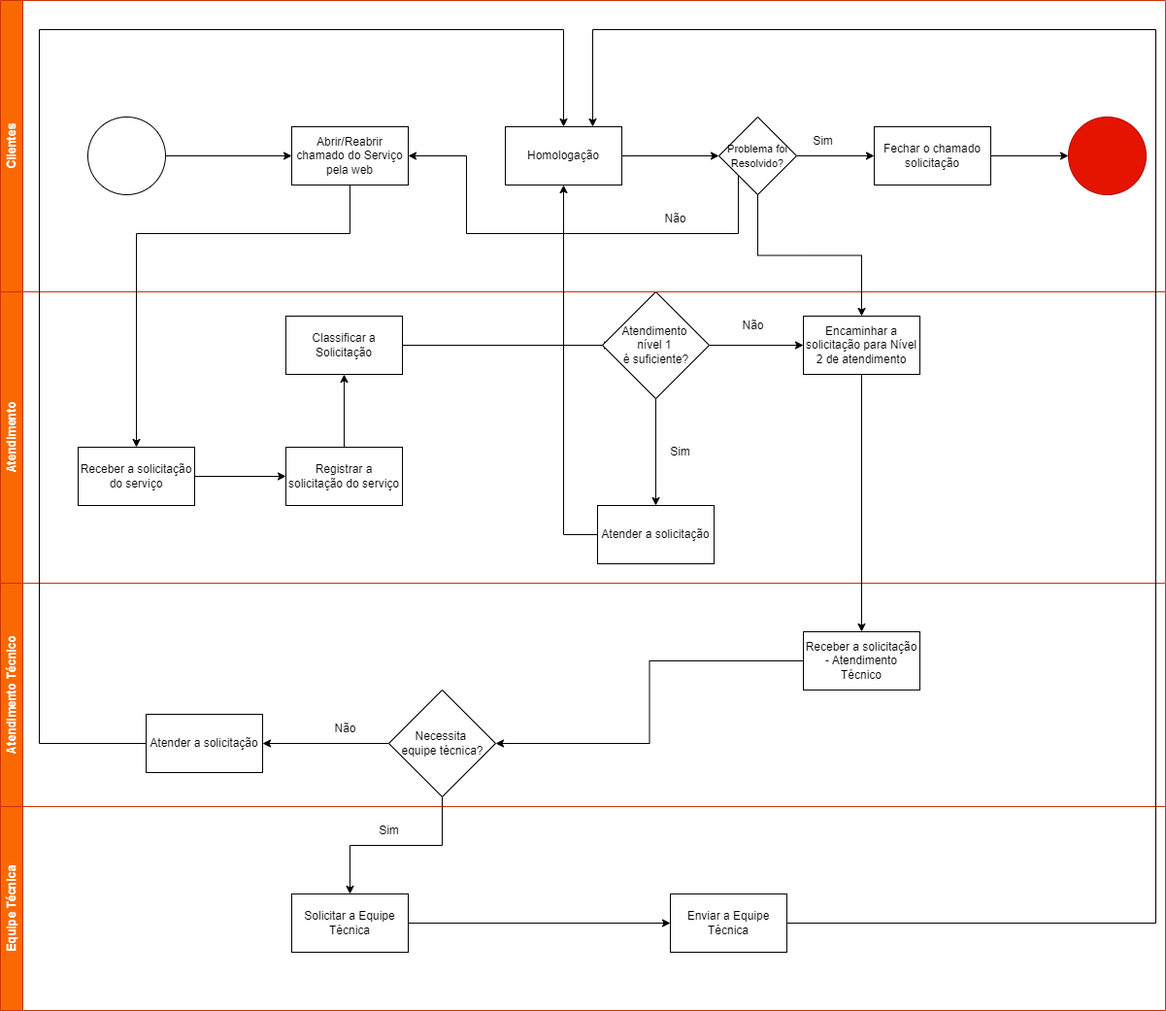
Grupo-3-SensFit/Entregaveis keeps this draw.io diagram as Fluxograma/Fluxograma Sensfit 2.png. Above is the earlier version. Source tidied: cells renumbered, new cells last; positions are measured from the earlier drawing's top-left corner, leaving out a move shared by most shapes.
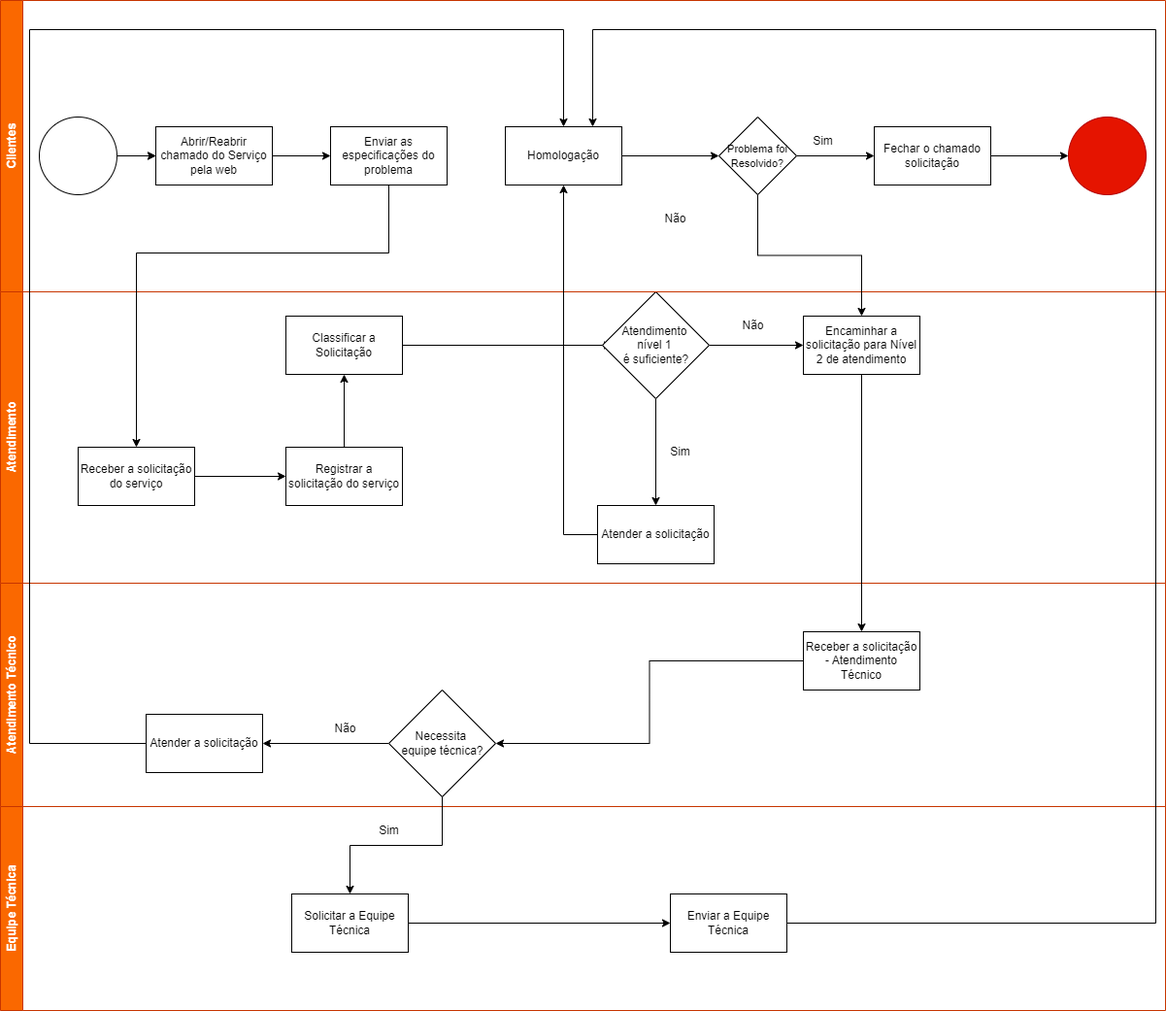
Above is the later version.

Commit message:
Pequena alteração feita no fluxograma

The edit, as a diff of the source:
```diff
@@ -95,11 +95,17 @@
     <mxCell id="32" style="edgeStyle=orthogonalEdgeStyle;rounded=0;jettySize=auto;html=1;exitX=1;exitY=0.5;exitDx=0;exitDy=0;" parent="31" edge="1" source="33" target="34">
       <mxGeometry relative="1" as="geometry" />
     </mxCell>
+    <mxCell id="51" style="edgeStyle=orthogonalEdgeStyle;rounded=0;jettySize=auto;html=1;" parent="31" edge="1" source="33" target="34">
+      <mxGeometry relative="1" as="geometry" />
+    </mxCell>
     <mxCell id="33" style="ellipse;whiteSpace=wrap;html=1;" parent="31" vertex="1">
-      <mxGeometry x="90" y="120" width="80" height="80" as="geometry" />
+      <mxGeometry x="40" y="120" width="80" height="80" as="geometry" />
     </mxCell>
+    <mxCell id="52" style="edgeStyle=orthogonalEdgeStyle;rounded=0;jettySize=auto;html=1;exitX=1;exitY=0.5;exitDx=0;exitDy=0;entryX=0;entryY=0.5;entryDx=0;entryDy=0;" parent="31" edge="1" source="34" target="53">
+      <mxGeometry relative="1" as="geometry" />
+    </mxCell>
     <mxCell id="34" value="Abrir/Reabrir chamado do Serviço pela web" style="whiteSpace=wrap;html=1;" parent="31" vertex="1">
-      <mxGeometry x="300" y="130" width="120" height="60" as="geometry" />
+      <mxGeometry x="160" y="130" width="120" height="60" as="geometry" />
     </mxCell>
     <mxCell id="35" style="edgeStyle=orthogonalEdgeStyle;rounded=0;jettySize=auto;html=1;" parent="31" edge="1" source="36" target="41">
       <mxGeometry relative="1" as="geometry" />
@@ -116,15 +122,6 @@
     <mxCell id="39" style="edgeStyle=orthogonalEdgeStyle;rounded=0;jettySize=auto;html=1;exitX=1;exitY=0.5;exitDx=0;exitDy=0;entryX=0;entryY=0.5;entryDx=0;entryDy=0;" parent="31" edge="1" source="41" target="38">
       <mxGeometry relative="1" as="geometry" />
     </mxCell>
-    <mxCell id="40" style="edgeStyle=orthogonalEdgeStyle;rounded=0;jettySize=auto;html=1;exitX=0;exitY=1;exitDx=0;exitDy=0;entryX=1;entryY=0.5;entryDx=0;entryDy=0;" parent="31" edge="1" source="41" target="34">
-      <mxGeometry relative="1" as="geometry">
-        <Array as="points">
-          <mxPoint x="760" y="240" />
-          <mxPoint x="480" y="240" />
-          <mxPoint x="480" y="160" />
-        </Array>
-      </mxGeometry>
-    </mxCell>
     <mxCell id="41" value="&lt;font style=&quot;font-size: 11px;&quot;&gt;Problema foi Resolvido?&lt;/font&gt;" style="rhombus;whiteSpace=wrap;html=1;" parent="31" vertex="1">
       <mxGeometry x="740" y="120" width="80" height="80" as="geometry" />
     </mxCell>
@@ -137,22 +134,17 @@
     <mxCell id="44" value="Não" style="text;html=1;align=center;verticalAlign=middle;strokeColor=none;fillColor=none;" parent="31" vertex="1">
       <mxGeometry x="670" y="210" width="50" height="30" as="geometry" />
     </mxCell>
-    <mxCell id="45" style="edgeStyle=orthogonalEdgeStyle;rounded=0;jettySize=auto;html=1;exitX=0.5;exitY=1;exitDx=0;exitDy=0;entryX=0.5;entryY=0;entryDx=0;entryDy=0;" parent="1" edge="1" source="34" target="11">
-      <mxGeometry relative="1" as="geometry">
-        <Array as="points">
-          <mxPoint x="360" y="240" />
-          <mxPoint x="140" y="240" />
-        </Array>
-      </mxGeometry>
-    </mxCell>
+    <mxCell id="53" value="Enviar as especificações do problema" style="whiteSpace=wrap;html=1;" parent="31" vertex="1">
+      <mxGeometry x="340" y="130" width="120" height="60" as="geometry" />
+    </mxCell>
     <mxCell id="46" style="edgeStyle=orthogonalEdgeStyle;rounded=0;jettySize=auto;html=1;exitX=0.5;exitY=1;exitDx=0;exitDy=0;" parent="1" edge="1" source="41" target="14">
       <mxGeometry relative="1" as="geometry" />
     </mxCell>
     <mxCell id="47" style="edgeStyle=orthogonalEdgeStyle;rounded=0;jettySize=auto;html=1;exitX=0;exitY=0.5;exitDx=0;exitDy=0;entryX=0.5;entryY=0;entryDx=0;entryDy=0;" parent="1" edge="1" source="20" target="36">
       <mxGeometry relative="1" as="geometry">
         <Array as="points">
-          <mxPoint x="40" y="765" />
-          <mxPoint x="40" y="30" />
+          <mxPoint x="30" y="765" />
+          <mxPoint x="30" y="30" />
           <mxPoint x="580" y="30" />
         </Array>
       </mxGeometry>
@@ -177,5 +169,13 @@
     <mxCell id="50" style="edgeStyle=orthogonalEdgeStyle;rounded=0;jettySize=auto;html=1;exitX=0;exitY=0.5;exitDx=0;exitDy=0;entryX=0.5;entryY=1;entryDx=0;entryDy=0;" parent="1" edge="1" source="16" target="36">
       <mxGeometry relative="1" as="geometry" />
     </mxCell>
+    <mxCell id="54" style="edgeStyle=orthogonalEdgeStyle;rounded=0;jettySize=auto;html=1;exitX=0.5;exitY=1;exitDx=0;exitDy=0;entryX=0.5;entryY=0;entryDx=0;entryDy=0;" parent="1" edge="1" source="53" target="11">
+      <mxGeometry relative="1" as="geometry">
+        <Array as="points">
+          <mxPoint x="400" y="260" />
+          <mxPoint x="140" y="260" />
+        </Array>
+      </mxGeometry>
+    </mxCell>
   </root>
 </mxGraphModel>
```
